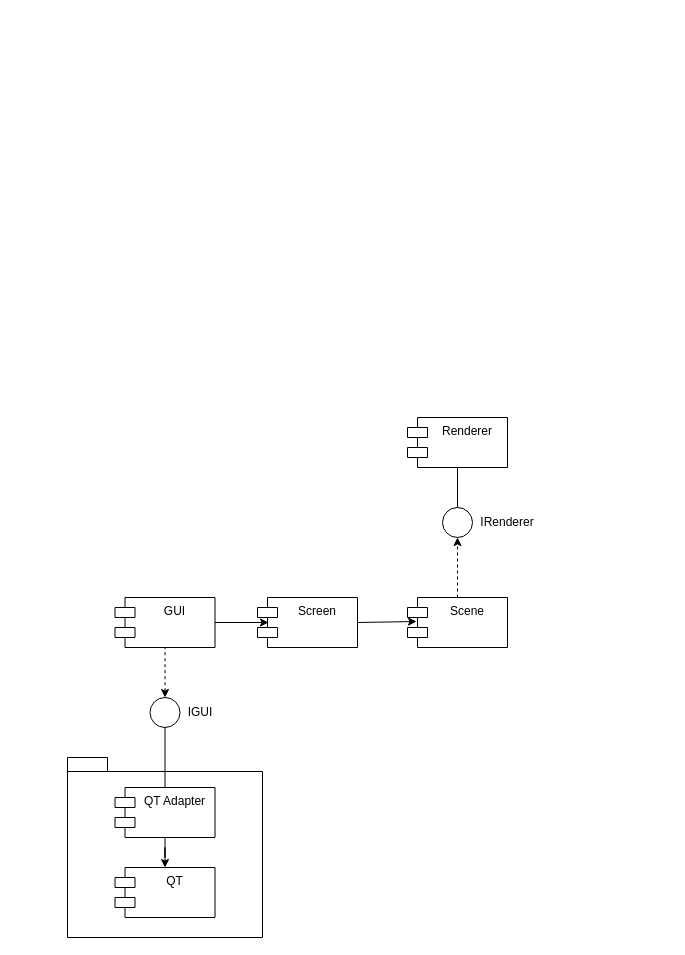
Above: components/components.drawio in c0sx/3d-model-viewer-design (draw.io), before the change. Source tidied: cells renumbered, new cells numbered last; positions are measured from the earlier drawing's top-left corner, leaving out a move shared by most shapes. Both pictures are drawn from the tidied source at 100%, with x=0, y=0 at pixel (67, 417).
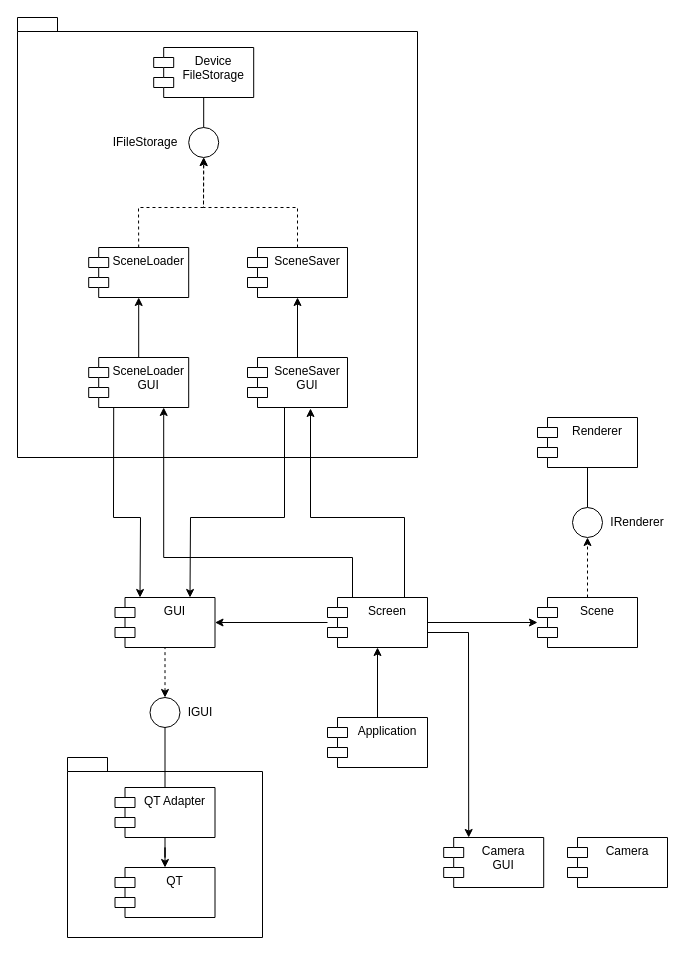
The same page after the edit.

The change refers to these unchanged cells:
```xml
<mxCell id="3" value="GUI" style="shape=module;align=left;spacingLeft=20;align=center;verticalAlign=top;" parent="1" vertex="1">
  <mxGeometry x="47.5" y="180" width="100" height="50" as="geometry" />
</mxCell>
```

What changed in the source:
```diff
@@
+    <mxCell id="20" style="shape=folder;fontStyle=1;spacingTop=10;tabWidth=40;tabHeight=14;tabPosition=left;html=1;" parent="1" vertex="1">
+      <mxGeometry x="-50" y="-400" width="400" height="440" as="geometry" />
+    </mxCell>
@@
     <mxCell id="11" value="Renderer" style="shape=module;align=left;spacingLeft=20;align=center;verticalAlign=top;" parent="1" vertex="1">
-      <mxGeometry x="340" width="100" height="50" as="geometry" />
+      <mxGeometry x="470" width="100" height="50" as="geometry" />
     </mxCell>
+    <mxCell id="21" style="edgeStyle=orthogonalEdgeStyle;rounded=0;jettySize=auto;html=1;" parent="1" edge="1" source="12" target="3">
+      <mxGeometry relative="1" as="geometry" />
+    </mxCell>
+    <mxCell id="19" style="edgeStyle=none;rounded=0;jettySize=auto;html=1;startArrow=none;startFill=0;endArrow=classic;endFill=1;" parent="1" edge="1" source="12" target="14">
+      <mxGeometry relative="1" as="geometry" />
+    </mxCell>
     <mxCell id="12" value="Screen" style="shape=module;align=left;spacingLeft=20;align=center;verticalAlign=top;" parent="1" vertex="1">
-      <mxGeometry x="190" y="180" width="100" height="50" as="geometry" />
+      <mxGeometry x="260" y="180" width="100" height="50" as="geometry" />
     </mxCell>
-    <mxCell id="13" style="endArrow=classic;html=1;exitX=1;exitY=0.5;exitDx=0;exitDy=0;entryX=0.11;entryY=0.5;entryDx=0;entryDy=0;entryPerimeter=0;" parent="1" edge="1" source="3" target="12">
-      <mxGeometry relative="1" as="geometry" />
-    </mxCell>
     <mxCell id="14" value="Scene" style="shape=module;align=left;spacingLeft=20;align=center;verticalAlign=top;" parent="1" vertex="1">
-      <mxGeometry x="340" y="180" width="100" height="50" as="geometry" />
+      <mxGeometry x="470" y="180" width="100" height="50" as="geometry" />
     </mxCell>
@@
     <mxCell id="16" style="ellipse;whiteSpace=wrap;html=1;" parent="1" vertex="1">
-      <mxGeometry x="375" y="90" width="30" height="30" as="geometry" />
+      <mxGeometry x="505" y="90" width="30" height="30" as="geometry" />
     </mxCell>
     <mxCell id="17" value="IRenderer" style="text;html=1;strokeColor=none;fillColor=none;align=center;verticalAlign=middle;whiteSpace=wrap;rounded=0;" parent="1" vertex="1">
-      <mxGeometry x="420" y="95" width="40" height="20" as="geometry" />
+      <mxGeometry x="550" y="95" width="40" height="20" as="geometry" />
     </mxCell>
@@
-    <mxCell id="19" style="endArrow=classic;html=1;exitX=1;exitY=0.5;exitDx=0;exitDy=0;entryX=0.09;entryY=0.48;entryDx=0;entryDy=0;entryPerimeter=0;" parent="1" edge="1" source="12" target="14">
-      <mxGeometry relative="1" as="geometry" />
-    </mxCell>
+    <mxCell id="22" value="SceneLoader" style="shape=module;align=left;spacingLeft=20;align=center;verticalAlign=top;" parent="1" vertex="1">
+      <mxGeometry x="21.2" y="-170" width="100" height="50" as="geometry" />
+    </mxCell>
+    <mxCell id="23" style="edgeStyle=orthogonalEdgeStyle;rounded=0;jettySize=auto;html=1;" parent="1" edge="1" source="25" target="22">
+      <mxGeometry relative="1" as="geometry" />
+    </mxCell>
+    <mxCell id="24" style="edgeStyle=none;rounded=0;jettySize=auto;html=1;endArrow=classic;endFill=1;dashed=1;entryX=0.5;entryY=1;entryDx=0;entryDy=0;exitX=0.5;exitY=0;exitDx=0;exitDy=0;" parent="1" edge="1" source="22" target="30">
+      <mxGeometry relative="1" as="geometry">
+        <Array as="points">
+          <mxPoint x="71" y="-210" />
+          <mxPoint x="136" y="-210" />
+        </Array>
+      </mxGeometry>
+    </mxCell>
+    <mxCell id="25" value="SceneLoader&#10;GUI" style="shape=module;align=left;spacingLeft=20;align=center;verticalAlign=top;" parent="1" vertex="1">
+      <mxGeometry x="21.2" y="-60" width="100" height="50" as="geometry" />
+    </mxCell>
+    <mxCell id="26" style="edgeStyle=none;rounded=0;jettySize=auto;html=1;startArrow=none;startFill=0;endArrow=classic;endFill=1;" parent="1" edge="1" source="27" target="12">
+      <mxGeometry relative="1" as="geometry" />
+    </mxCell>
+    <mxCell id="27" value="Application&#10;" style="shape=module;align=left;spacingLeft=20;align=center;verticalAlign=top;" parent="1" vertex="1">
+      <mxGeometry x="260" y="300" width="100" height="50" as="geometry" />
+    </mxCell>
+    <mxCell id="28" style="rounded=0;jettySize=auto;html=1;endArrow=none;endFill=0;" parent="1" edge="1" source="29" target="30">
+      <mxGeometry relative="1" as="geometry" />
+    </mxCell>
+    <mxCell id="29" value="Device&#10;FileStorage" style="shape=module;align=left;spacingLeft=20;align=center;verticalAlign=top;" parent="1" vertex="1">
+      <mxGeometry x="86.2" y="-370" width="100" height="50" as="geometry" />
+    </mxCell>
+    <mxCell id="30" style="ellipse;whiteSpace=wrap;html=1;" parent="1" vertex="1">
+      <mxGeometry x="121.2" y="-290" width="30" height="30" as="geometry" />
+    </mxCell>
+    <mxCell id="31" value="IFileStorage" style="text;html=1;strokeColor=none;fillColor=none;align=center;verticalAlign=middle;whiteSpace=wrap;rounded=0;" parent="1" vertex="1">
+      <mxGeometry x="57.5" y="-285" width="40" height="20" as="geometry" />
+    </mxCell>
+    <mxCell id="32" style="edgeStyle=orthogonalEdgeStyle;rounded=0;jettySize=auto;html=1;exitX=0.25;exitY=0;exitDx=0;exitDy=0;entryX=0.75;entryY=1;entryDx=0;entryDy=0;" parent="1" edge="1" source="12" target="25">
+      <mxGeometry relative="1" as="geometry">
+        <Array as="points">
+          <mxPoint x="285" y="140" />
+          <mxPoint x="96" y="140" />
+        </Array>
+      </mxGeometry>
+    </mxCell>
+    <mxCell id="33" style="rounded=0;jettySize=auto;html=1;exitX=0.25;exitY=1;exitDx=0;exitDy=0;entryX=0.25;entryY=0;entryDx=0;entryDy=0;" parent="1" edge="1" source="25" target="3">
+      <mxGeometry relative="1" as="geometry">
+        <Array as="points">
+          <mxPoint x="46" y="100" />
+          <mxPoint x="73" y="100" />
+        </Array>
+      </mxGeometry>
+    </mxCell>
+    <mxCell id="34" style="edgeStyle=none;rounded=0;jettySize=auto;html=1;startArrow=none;startFill=0;endArrow=classic;endFill=1;" parent="1" edge="1" source="35" target="36">
+      <mxGeometry relative="1" as="geometry" />
+    </mxCell>
+    <mxCell id="35" value="SceneSaver&#10;GUI" style="shape=module;align=left;spacingLeft=20;align=center;verticalAlign=top;" parent="1" vertex="1">
+      <mxGeometry x="180" y="-60" width="100" height="50" as="geometry" />
+    </mxCell>
+    <mxCell id="36" value="SceneSaver" style="shape=module;align=left;spacingLeft=20;align=center;verticalAlign=top;" parent="1" vertex="1">
+      <mxGeometry x="180" y="-170" width="100" height="50" as="geometry" />
+    </mxCell>
+    <mxCell id="37" style="rounded=0;jettySize=auto;html=1;entryX=0.63;entryY=1.02;entryDx=0;entryDy=0;entryPerimeter=0;" parent="1" edge="1" target="35">
+      <mxGeometry relative="1" as="geometry">
+        <mxPoint x="337" y="180" as="sourcePoint" />
+        <Array as="points">
+          <mxPoint x="337" y="100" />
+          <mxPoint x="243" y="100" />
+        </Array>
+      </mxGeometry>
+    </mxCell>
+    <mxCell id="38" style="rounded=0;jettySize=auto;html=1;entryX=0.75;entryY=0;entryDx=0;entryDy=0;exitX=0.37;exitY=1;exitDx=0;exitDy=0;exitPerimeter=0;" parent="1" edge="1" source="35" target="3">
+      <mxGeometry relative="1" as="geometry">
+        <Array as="points">
+          <mxPoint x="217" y="100" />
+          <mxPoint x="123" y="100" />
+        </Array>
+      </mxGeometry>
+    </mxCell>
+    <mxCell id="39" style="edgeStyle=none;rounded=0;jettySize=auto;html=1;endArrow=classic;endFill=1;dashed=1;entryX=0.5;entryY=1;entryDx=0;entryDy=0;exitX=0.5;exitY=0;exitDx=0;exitDy=0;" parent="1" edge="1" source="36" target="30">
+      <mxGeometry relative="1" as="geometry">
+        <Array as="points">
+          <mxPoint x="230" y="-210" />
+          <mxPoint x="136" y="-210" />
+        </Array>
+      </mxGeometry>
+    </mxCell>
+    <mxCell id="40" value="Camera" style="shape=module;align=left;spacingLeft=20;align=center;verticalAlign=top;" parent="1" vertex="1">
+      <mxGeometry x="500" y="420" width="100" height="50" as="geometry" />
+    </mxCell>
+    <mxCell id="41" value="Camera&#10;GUI" style="shape=module;align=left;spacingLeft=20;align=center;verticalAlign=top;" parent="1" vertex="1">
+      <mxGeometry x="376.2" y="420" width="100" height="50" as="geometry" />
+    </mxCell>
+    <mxCell id="42" style="edgeStyle=none;rounded=0;jettySize=auto;html=1;startArrow=none;startFill=0;endArrow=classic;endFill=1;exitX=1;exitY=0.7;exitDx=0;exitDy=0;exitPerimeter=0;entryX=0.25;entryY=0;entryDx=0;entryDy=0;" parent="1" edge="1" source="12" target="41">
+      <mxGeometry relative="1" as="geometry">
+        <Array as="points">
+          <mxPoint x="401" y="215" />
+        </Array>
+      </mxGeometry>
+    </mxCell>
```
